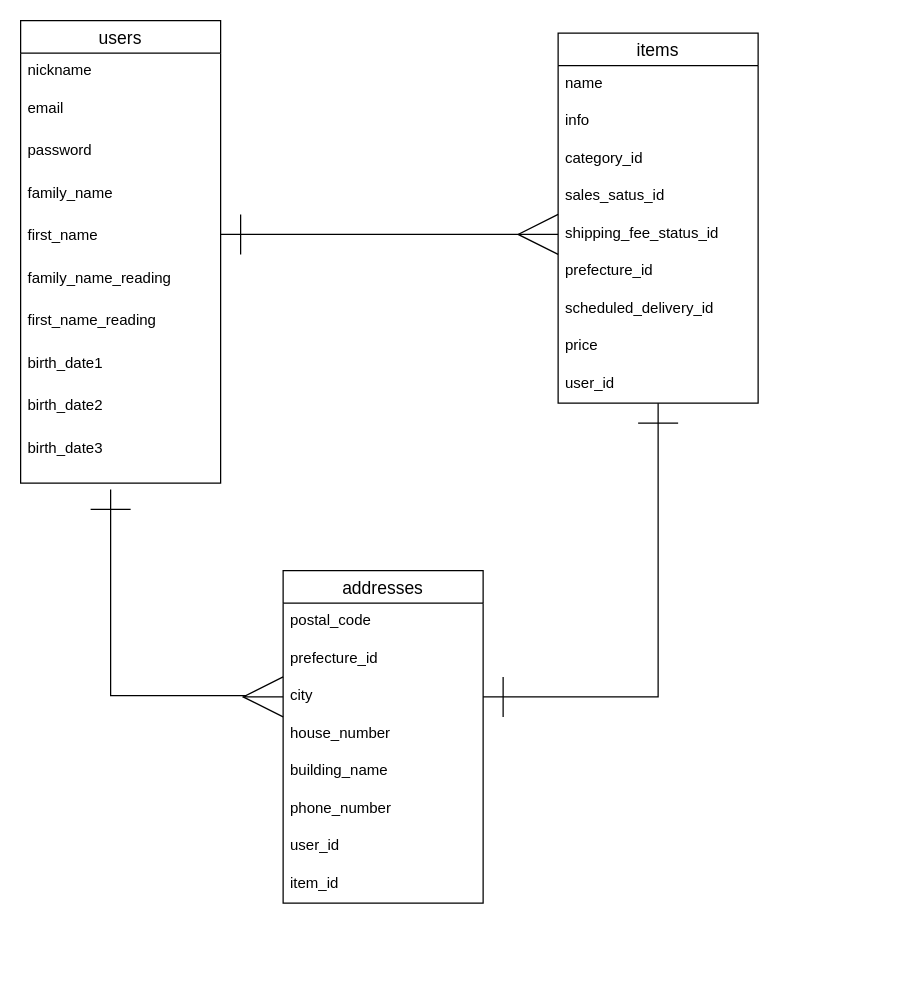
This is furima.dio from Shoya-cyber/furima-30527, a draw.io file, before an edit. Source tidied: cells renumbered, new cells numbered last; positions are measured from the earlier drawing's top-left corner, leaving out a move shared by most shapes. Both pictures are drawn from the tidied source at 125%, with x=0, y=0 at pixel (20, 20).
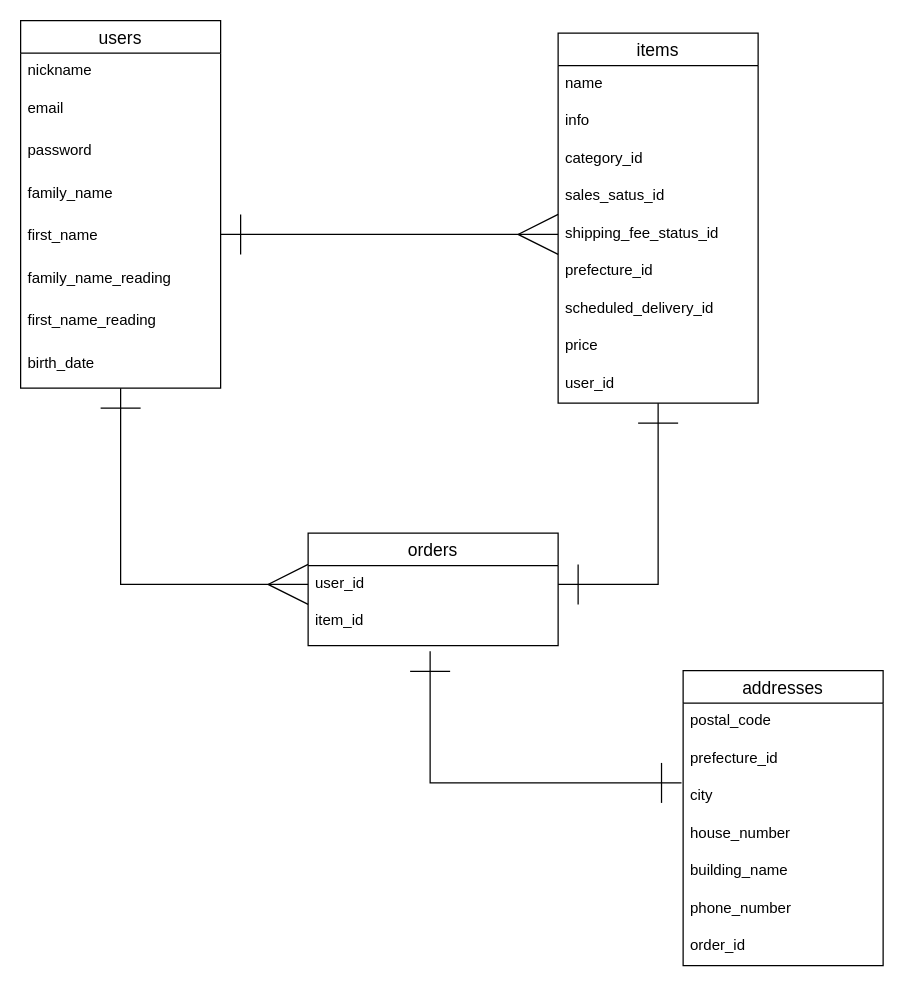
Above is the later version.

Commit message (it also covers changes not shown here):
データベース設計の修正

Unchanged cells that the change refers to:
```xml
<mxCell id="15" value="items" style="swimlane;fontStyle=0;horizontal=1;startSize=26;align=center;fontSize=14;" parent="1" vertex="1">
  <mxGeometry x="430" y="10" width="160" height="296" as="geometry" />
</mxCell>
<mxCell id="28" value="prefecture_id" style="text;strokeColor=none;fillColor=none;spacingLeft=4;spacingRight=4;overflow=hidden;points=[[0,0.5],[1,0.5]];portConstraint=eastwest;fontSize=12;" parent="26" vertex="1">
  <mxGeometry y="56" width="160" height="30" as="geometry" />
</mxCell>
<mxCell id="29" value="city" style="text;strokeColor=none;fillColor=none;spacingLeft=4;spacingRight=4;overflow=hidden;points=[[0,0.5],[1,0.5]];portConstraint=eastwest;fontSize=12;" parent="26" vertex="1">
  <mxGeometry y="86" width="160" height="30" as="geometry" />
</mxCell>
```

The edit, as a diff of the source:
```diff
@@
-    <mxCell id="2" style="edgeStyle=orthogonalEdgeStyle;rounded=0;jumpSize=15;jettySize=auto;html=1;endArrow=ERmany;endFill=0;endSize=30;exitX=0.45;exitY=1.119;exitDx=0;exitDy=0;exitPerimeter=0;entryX=0;entryY=0.5;entryDx=0;entryDy=0;startArrow=ERone;startFill=0;startSize=30;" parent="1" edge="1" source="13" target="29">
-      <mxGeometry relative="1" as="geometry">
-        <Array as="points">
-          <mxPoint x="72" y="540" />
-          <mxPoint x="180" y="540" />
-          <mxPoint x="180" y="541" />
-        </Array>
-      </mxGeometry>
-    </mxCell>
+    <mxCell id="35" style="edgeStyle=orthogonalEdgeStyle;rounded=0;sketch=0;jettySize=auto;html=1;startArrow=ERone;startFill=0;startSize=30;endArrow=ERmany;endFill=0;endSize=30;entryX=0;entryY=0.5;entryDx=0;entryDy=0;" parent="1" edge="1" source="3" target="39">
+      <mxGeometry relative="1" as="geometry" />
+    </mxCell>
     <mxCell id="3" value="users" style="swimlane;fontStyle=0;horizontal=1;startSize=26;align=center;fontSize=14;" parent="1" vertex="1">
-      <mxGeometry width="160" height="370" as="geometry" />
+      <mxGeometry width="160" height="294" as="geometry" />
     </mxCell>
@@
-    <mxCell id="11" value="birth_date1" style="text;strokeColor=none;fillColor=none;spacingLeft=4;spacingRight=4;overflow=hidden;fontSize=12;" parent="3" vertex="1">
+    <mxCell id="11" value="birth_date" style="text;strokeColor=none;fillColor=none;spacingLeft=4;spacingRight=4;overflow=hidden;fontSize=12;" parent="3" vertex="1">
       <mxGeometry y="260" width="160" height="34" as="geometry" />
     </mxCell>
-    <mxCell id="12" value="birth_date2" style="text;strokeColor=none;fillColor=none;spacingLeft=4;spacingRight=4;overflow=hidden;fontSize=12;" parent="3" vertex="1">
-      <mxGeometry y="294" width="160" height="34" as="geometry" />
-    </mxCell>
-    <mxCell id="13" value="birth_date3" style="text;strokeColor=none;fillColor=none;spacingLeft=4;spacingRight=4;overflow=hidden;points=[[0,0.5],[1,0.5]];portConstraint=eastwest;fontSize=12;" parent="3" vertex="1">
-      <mxGeometry y="328" width="160" height="42" as="geometry" />
-    </mxCell>
-    <mxCell id="14" style="edgeStyle=orthogonalEdgeStyle;rounded=0;sketch=0;jettySize=auto;html=1;endArrow=ERone;endFill=0;entryX=1;entryY=0.5;entryDx=0;entryDy=0;endSize=30;startArrow=ERone;startFill=0;startSize=30;" parent="1" edge="1" source="15" target="29">
-      <mxGeometry relative="1" as="geometry" />
-    </mxCell>
+    <mxCell id="36" style="edgeStyle=orthogonalEdgeStyle;rounded=0;sketch=0;jettySize=auto;html=1;startArrow=ERone;startFill=0;startSize=30;endArrow=ERone;endFill=0;endSize=30;entryX=1;entryY=0.5;entryDx=0;entryDy=0;" parent="1" edge="1" source="15" target="39">
+      <mxGeometry relative="1" as="geometry" />
+    </mxCell>
@@
+    <mxCell id="37" style="edgeStyle=orthogonalEdgeStyle;rounded=0;sketch=0;jettySize=auto;html=1;startArrow=ERone;startFill=0;startSize=30;endArrow=ERone;endFill=0;endSize=30;entryX=-0.008;entryY=1.128;entryDx=0;entryDy=0;exitX=0.488;exitY=1.135;exitDx=0;exitDy=0;exitPerimeter=0;entryPerimeter=0;" parent="1" edge="1" source="34" target="28">
+      <mxGeometry relative="1" as="geometry">
+        <Array as="points">
+          <mxPoint x="328" y="610" />
+        </Array>
+      </mxGeometry>
+    </mxCell>
+    <mxCell id="38" value="orders" style="swimlane;fontStyle=0;horizontal=1;startSize=26;align=center;fontSize=14;rounded=0;sketch=0;" parent="1" vertex="1">
+      <mxGeometry x="230" y="410" width="200" height="90" as="geometry" />
+    </mxCell>
+    <mxCell id="39" value="user_id" style="text;strokeColor=none;fillColor=none;spacingLeft=4;spacingRight=4;overflow=hidden;points=[[0,0.5],[1,0.5]];portConstraint=eastwest;fontSize=12;" parent="38" vertex="1">
+      <mxGeometry y="26" width="200" height="30" as="geometry" />
+    </mxCell>
+    <mxCell id="34" value="item_id" style="text;strokeColor=none;fillColor=none;spacingLeft=4;spacingRight=4;overflow=hidden;points=[[0,0.5],[1,0.5]];portConstraint=eastwest;fontSize=12;" parent="38" vertex="1">
+      <mxGeometry y="56" width="200" height="34" as="geometry" />
+    </mxCell>
     <mxCell id="26" value="addresses" style="swimlane;fontStyle=0;horizontal=1;startSize=26;align=center;fontSize=14;" parent="1" vertex="1">
-      <mxGeometry x="210" y="440" width="160" height="266" as="geometry" />
+      <mxGeometry x="530" y="520" width="160" height="236" as="geometry" />
     </mxCell>
@@
-    <mxCell id="33" value="user_id" style="text;strokeColor=none;fillColor=none;spacingLeft=4;spacingRight=4;overflow=hidden;fontSize=12;" parent="26" vertex="1">
+    <mxCell id="33" value="order_id" style="text;strokeColor=none;fillColor=none;spacingLeft=4;spacingRight=4;overflow=hidden;fontSize=12;" parent="26" vertex="1">
       <mxGeometry y="206" width="160" height="30" as="geometry" />
     </mxCell>
-    <mxCell id="34" value="item_id" style="text;strokeColor=none;fillColor=none;spacingLeft=4;spacingRight=4;overflow=hidden;points=[[0,0.5],[1,0.5]];portConstraint=eastwest;fontSize=12;" parent="26" vertex="1">
-      <mxGeometry y="236" width="160" height="30" as="geometry" />
-    </mxCell>
```
